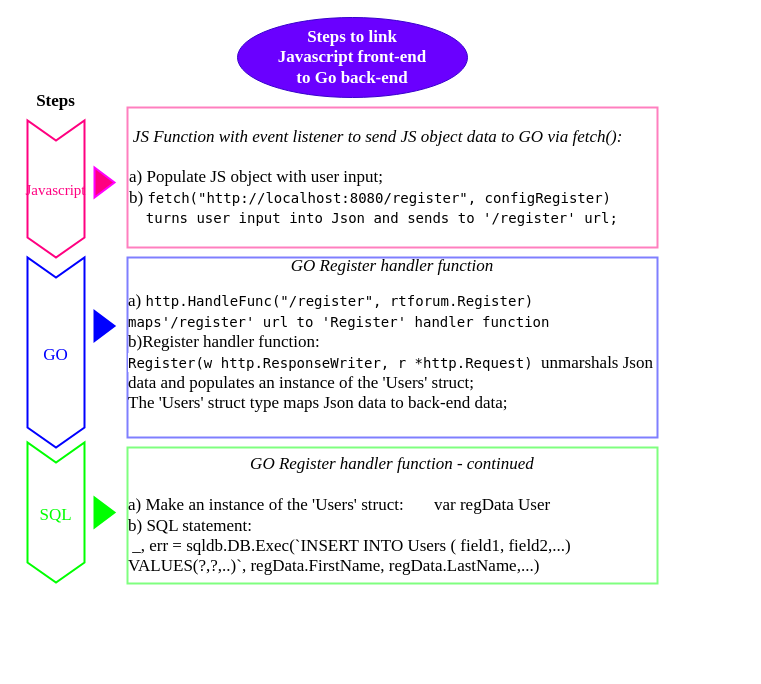
This is Frontend-to-Backend-Map.drawio from AthenaHTA2/real-time-forum, a draw.io file, before an edit. Source tidied: cells renumbered, new cells numbered last; positions are measured from the earlier drawing's top-left corner, leaving out a move shared by most shapes. Both pictures are drawn from the tidied source at 100%, with x=0, y=0 at pixel (17, 17).
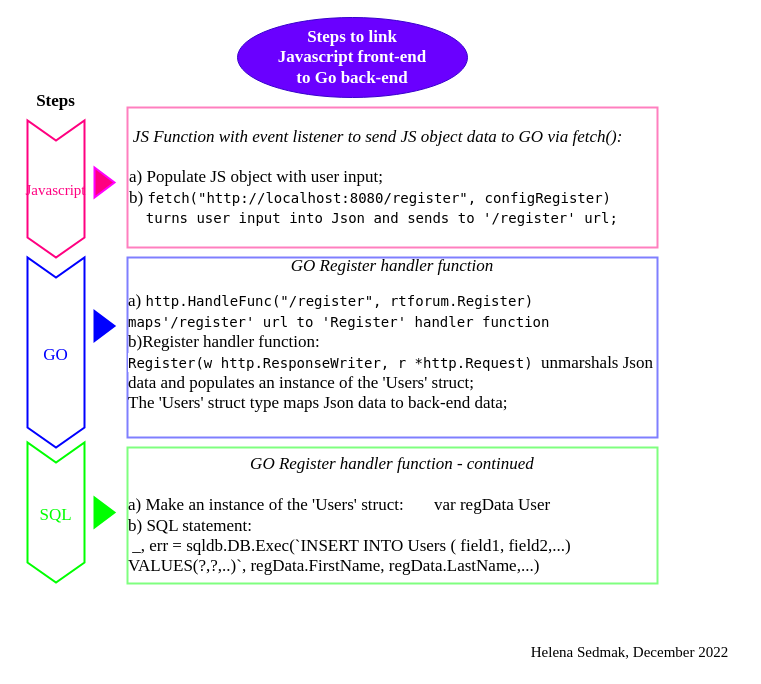
The same page after the edit.

Diff of the diagram source:
```diff
@@
 <mxGraphModel background="#FFFFFF">
   <root>
     <mxCell id="0" />
     <mxCell id="1" parent="0" />
     <mxCell id="2" value="&lt;font style=&quot;font-size: 17px&quot; face=&quot;Times New Roman&quot;&gt;&lt;b&gt;Steps to link&lt;br&gt;Javascript front-end&lt;br&gt;to Go back-end&lt;/b&gt;&lt;/font&gt;" style="ellipse;whiteSpace=wrap;html=1;align=center;newEdgeStyle={&quot;edgeStyle&quot;:&quot;entityRelationEdgeStyle&quot;,&quot;startArrow&quot;:&quot;none&quot;,&quot;endArrow&quot;:&quot;none&quot;,&quot;segment&quot;:10,&quot;curved&quot;:1};fillColor=#6a00ff;strokeColor=#3700CC;fontColor=#ffffff;" parent="1" vertex="1">
       <mxGeometry x="220" width="230" height="80" as="geometry" />
     </mxCell>
     <mxCell id="3" value="Steps" style="swimlane;horizontal=1;fillColor=none;strokeColor=none;stackBorder=10;align=center;fontColor=#000000;fontFamily=Times New Roman;fontSize=17;" parent="1" vertex="1">
       <mxGeometry y="70" width="77" height="180" as="geometry" />
     </mxCell>
     <mxCell id="4" value="Javascript" style="shape=step;perimeter=stepPerimeter;fixedSize=1;fontFamily=Times New Roman;fontSize=15;strokeColor=#FF0080;fillColor=#FFFFFF;direction=south;strokeWidth=2;fontColor=#FF0080;" parent="3" vertex="1">
       <mxGeometry x="10" y="33" width="57" height="137" as="geometry" />
     </mxCell>
     <mxCell id="5" value="GO" style="shape=step;perimeter=stepPerimeter;fixedSize=1;fontFamily=Times New Roman;fontSize=17;strokeColor=#0000FF;fillColor=#FFFFFF;direction=south;strokeWidth=2;fontColor=#0000FF;" parent="1" vertex="1">
       <mxGeometry x="10" y="240" width="57" height="190" as="geometry" />
     </mxCell>
     <mxCell id="6" value="SQL" style="shape=step;perimeter=stepPerimeter;fixedSize=1;fontFamily=Times New Roman;fontSize=17;strokeColor=#00FF00;fillColor=#FFFFFF;direction=south;strokeWidth=2;fontColor=#00FF00;" parent="1" vertex="1">
       <mxGeometry x="10" y="425" width="57" height="140" as="geometry" />
     </mxCell>
     <mxCell id="7" value="&lt;div style=&quot;text-align: center&quot;&gt;&lt;span style=&quot;background-color: rgb(255 , 255 , 255)&quot;&gt;&lt;font color=&quot;#000000&quot;&gt;&lt;i&gt;JS Function with event listener to send JS object data to GO via fetch():&lt;/i&gt;&lt;/font&gt;&lt;/span&gt;&lt;/div&gt;&lt;div style=&quot;text-align: center&quot;&gt;&lt;span style=&quot;background-color: rgb(255 , 255 , 255)&quot;&gt;&lt;font color=&quot;#000000&quot;&gt;&lt;br&gt;&lt;/font&gt;&lt;/span&gt;&lt;/div&gt;&lt;span style=&quot;background-color: rgb(255 , 255 , 255)&quot;&gt;&lt;font color=&quot;#000000&quot;&gt;a) Populate JS object with user input;&lt;br&gt;b)&amp;nbsp;&lt;span style=&quot;font-family: &amp;#34;droid sans mono&amp;#34; , &amp;#34;monospace&amp;#34; , monospace ; font-size: 14px&quot;&gt;fetch&lt;/span&gt;&lt;span style=&quot;font-family: &amp;#34;droid sans mono&amp;#34; , &amp;#34;monospace&amp;#34; , monospace ; font-size: 14px&quot;&gt;(&lt;/span&gt;&lt;span style=&quot;font-family: &amp;#34;droid sans mono&amp;#34; , &amp;#34;monospace&amp;#34; , monospace ; font-size: 14px&quot;&gt;&quot;http://localhost:8080/register&quot;&lt;/span&gt;&lt;span style=&quot;font-family: &amp;#34;droid sans mono&amp;#34; , &amp;#34;monospace&amp;#34; , monospace ; font-size: 14px&quot;&gt;, &lt;/span&gt;&lt;span style=&quot;font-family: &amp;#34;droid sans mono&amp;#34; , &amp;#34;monospace&amp;#34; , monospace ; font-size: 14px&quot;&gt;configRegister&lt;/span&gt;&lt;/font&gt;&lt;span style=&quot;font-family: &amp;#34;droid sans mono&amp;#34; , &amp;#34;monospace&amp;#34; , monospace ; font-size: 14px&quot;&gt;&lt;font color=&quot;#000000&quot;&gt;)&lt;br&gt;&amp;nbsp; turns user input into Json and sends to '/register' url;&amp;nbsp;&lt;/font&gt;&lt;br&gt;&lt;/span&gt;&lt;/span&gt;" style="html=1;whiteSpace=wrap;fontFamily=Times New Roman;fontSize=17;fontColor=#994C00;strokeColor=#FF0080;strokeWidth=2;fillColor=#FFFFFF;opacity=50;align=left;" parent="1" vertex="1">
       <mxGeometry x="110" y="90" width="530" height="140" as="geometry" />
     </mxCell>
     <mxCell id="8" style="triangle;html=1;whiteSpace=wrap;fontFamily=Times New Roman;fontSize=17;fontColor=#FF0080;strokeColor=#FF00FF;strokeWidth=2;fillColor=#FF0080;labelBackgroundColor=#FF0080;" parent="1" vertex="1">
       <mxGeometry x="77" y="150" width="20" height="30" as="geometry" />
     </mxCell>
     <mxCell id="9" value="&lt;p style=&quot;line-height: 1&quot;&gt;&lt;span style=&quot;color: rgb(0 , 0 , 0)&quot;&gt;&lt;br&gt;&lt;i&gt;GO Register handler function&lt;/i&gt;&lt;br&gt;&lt;/span&gt;&lt;/p&gt;&lt;div style=&quot;text-align: left&quot;&gt;&lt;font color=&quot;#000000&quot;&gt;a)&lt;/font&gt;&amp;nbsp;&lt;span style=&quot;color: rgb(153 , 76 , 0) ; background-color: rgb(255 , 255 , 255)&quot;&gt;&lt;font color=&quot;#000000&quot;&gt;&lt;span style=&quot;font-family: &amp;#34;droid sans mono&amp;#34; , &amp;#34;monospace&amp;#34; , monospace ; font-size: 14px&quot;&gt;http.&lt;/span&gt;&lt;span style=&quot;font-family: &amp;#34;droid sans mono&amp;#34; , &amp;#34;monospace&amp;#34; , monospace ; font-size: 14px&quot;&gt;HandleFunc&lt;/span&gt;&lt;span style=&quot;font-family: &amp;#34;droid sans mono&amp;#34; , &amp;#34;monospace&amp;#34; , monospace ; font-size: 14px&quot;&gt;(&lt;/span&gt;&lt;span style=&quot;font-family: &amp;#34;droid sans mono&amp;#34; , &amp;#34;monospace&amp;#34; , monospace ; font-size: 14px&quot;&gt;&quot;/register&quot;&lt;/span&gt;&lt;span style=&quot;font-family: &amp;#34;droid sans mono&amp;#34; , &amp;#34;monospace&amp;#34; , monospace ; font-size: 14px&quot;&gt;, rtforum.Register)&lt;/span&gt;&lt;/font&gt;&lt;/span&gt;&lt;/div&gt;&lt;span style=&quot;background-color: rgb(255 , 255 , 255)&quot;&gt;&lt;div style=&quot;text-align: left&quot;&gt;&lt;span style=&quot;font-family: &amp;#34;droid sans mono&amp;#34; , &amp;#34;monospace&amp;#34; , monospace ; font-size: 14px ; color: rgb(0 , 0 , 0) ; line-height: 1&quot;&gt;maps'/register' url to 'Register' handler function&lt;/span&gt;&lt;/div&gt;&lt;/span&gt;&lt;font color=&quot;#000000&quot;&gt;&lt;div style=&quot;text-align: left&quot;&gt;&lt;font color=&quot;#000000&quot;&gt;b)Register&amp;nbsp;&lt;/font&gt;&lt;span&gt;handler function:&lt;/span&gt;&lt;/div&gt;&lt;/font&gt;&lt;font color=&quot;#000000&quot;&gt;&lt;div style=&quot;text-align: left&quot;&gt;&lt;font color=&quot;#000000&quot;&gt;&lt;span style=&quot;background-color: rgb(255 , 255 , 255)&quot;&gt;&lt;span style=&quot;font-family: &amp;#34;droid sans mono&amp;#34; , &amp;#34;monospace&amp;#34; , monospace ; font-size: 14px&quot;&gt;Register&lt;/span&gt;&lt;span style=&quot;font-family: &amp;#34;droid sans mono&amp;#34; , &amp;#34;monospace&amp;#34; , monospace ; font-size: 14px&quot;&gt;(w http.ResponseWriter, r &lt;/span&gt;&lt;span style=&quot;font-family: &amp;#34;droid sans mono&amp;#34; , &amp;#34;monospace&amp;#34; , monospace ; font-size: 14px&quot;&gt;*&lt;/span&gt;&lt;span style=&quot;font-family: &amp;#34;droid sans mono&amp;#34; , &amp;#34;monospace&amp;#34; , monospace ; font-size: 14px&quot;&gt;http.Request)&lt;/span&gt;&lt;/span&gt;&lt;/font&gt;&lt;span style=&quot;color: rgb(255 , 255 , 255) ; font-family: &amp;#34;droid sans mono&amp;#34; , &amp;#34;monospace&amp;#34; , monospace ; font-size: 14px ; background-color: rgb(255 , 255 , 255)&quot;&gt; &lt;/span&gt;&lt;span&gt;unmarshals Json data and populates an instance of the 'Users' struct;&lt;/span&gt;&lt;/div&gt;&lt;/font&gt;&lt;font color=&quot;#000000&quot;&gt;&lt;div style=&quot;text-align: left&quot;&gt;&lt;font color=&quot;#000000&quot;&gt;The 'Users'&amp;nbsp;&lt;/font&gt;&lt;span&gt;struct type&amp;nbsp;&lt;/span&gt;&lt;font color=&quot;#000000&quot;&gt;maps&amp;nbsp;&lt;/font&gt;&lt;span&gt;Json data to&amp;nbsp;&lt;/span&gt;&lt;font color=&quot;#000000&quot;&gt;back-end data;&lt;/font&gt;&lt;/div&gt;&lt;/font&gt;&lt;br&gt;&lt;font color=&quot;#000000&quot;&gt;&lt;br&gt;&lt;/font&gt;&lt;p&gt;&lt;/p&gt;" style="html=1;whiteSpace=wrap;fontFamily=Times New Roman;fontSize=17;fontColor=#994C00;strokeColor=#0000FF;strokeWidth=2;fillColor=#FFFFFF;opacity=50;" parent="1" vertex="1">
       <mxGeometry x="110" y="240" width="530" height="180" as="geometry" />
     </mxCell>
     <mxCell id="10" style="triangle;html=1;whiteSpace=wrap;fontFamily=Times New Roman;fontSize=17;fontColor=#994C00;strokeColor=#0000FF;strokeWidth=2;fillColor=#0000FF;" parent="1" vertex="1">
       <mxGeometry x="77" y="293.5" width="20" height="30" as="geometry" />
     </mxCell>
     <mxCell id="11" value="&lt;font color=&quot;#000000&quot;&gt;&lt;i&gt;GO Register handler function - continued&lt;br&gt;&lt;/i&gt;&lt;br&gt;&lt;div style=&quot;text-align: left&quot;&gt;a) Make an instance of the 'Users' struct:&lt;span style=&quot;white-space: pre&quot;&gt;&#9;&lt;/span&gt;var regData User&lt;/div&gt;&lt;div style=&quot;text-align: left&quot;&gt;&lt;span&gt;b) SQL statement:&lt;/span&gt;&lt;/div&gt;&lt;div style=&quot;text-align: left&quot;&gt;&lt;span&gt;&amp;nbsp;_, err = sqldb.DB.Exec(`INSERT INTO Users ( field1, field2,...) VALUES(?,?,..)`, regData.FirstName, regData.LastName,...)&amp;nbsp;&lt;/span&gt;&lt;/div&gt;&lt;/font&gt;" style="html=1;whiteSpace=wrap;fontFamily=Times New Roman;fontSize=17;fontColor=#994C00;strokeColor=#00FF00;strokeWidth=2;fillColor=#FFFFFF;opacity=50;" parent="1" vertex="1">
       <mxGeometry x="110" y="430" width="530" height="136" as="geometry" />
     </mxCell>
     <mxCell id="12" style="triangle;html=1;whiteSpace=wrap;fontFamily=Times New Roman;fontSize=17;fontColor=#994C00;strokeColor=#00FF00;strokeWidth=2;fillColor=#00FF00;" parent="1" vertex="1">
       <mxGeometry x="77" y="480" width="20" height="30" as="geometry" />
     </mxCell>
+    <mxCell id="13" value="&lt;font face=&quot;Times New Roman&quot; style=&quot;font-size: 15px&quot;&gt;Helena Sedmak, December 2022&lt;/font&gt;" style="text;html=1;strokeColor=none;fillColor=none;align=center;verticalAlign=middle;whiteSpace=wrap;rounded=0;" parent="1" vertex="1">
+      <mxGeometry x="498" y="619" width="229" height="30" as="geometry" />
+    </mxCell>
   </root>
 </mxGraphModel>
```
